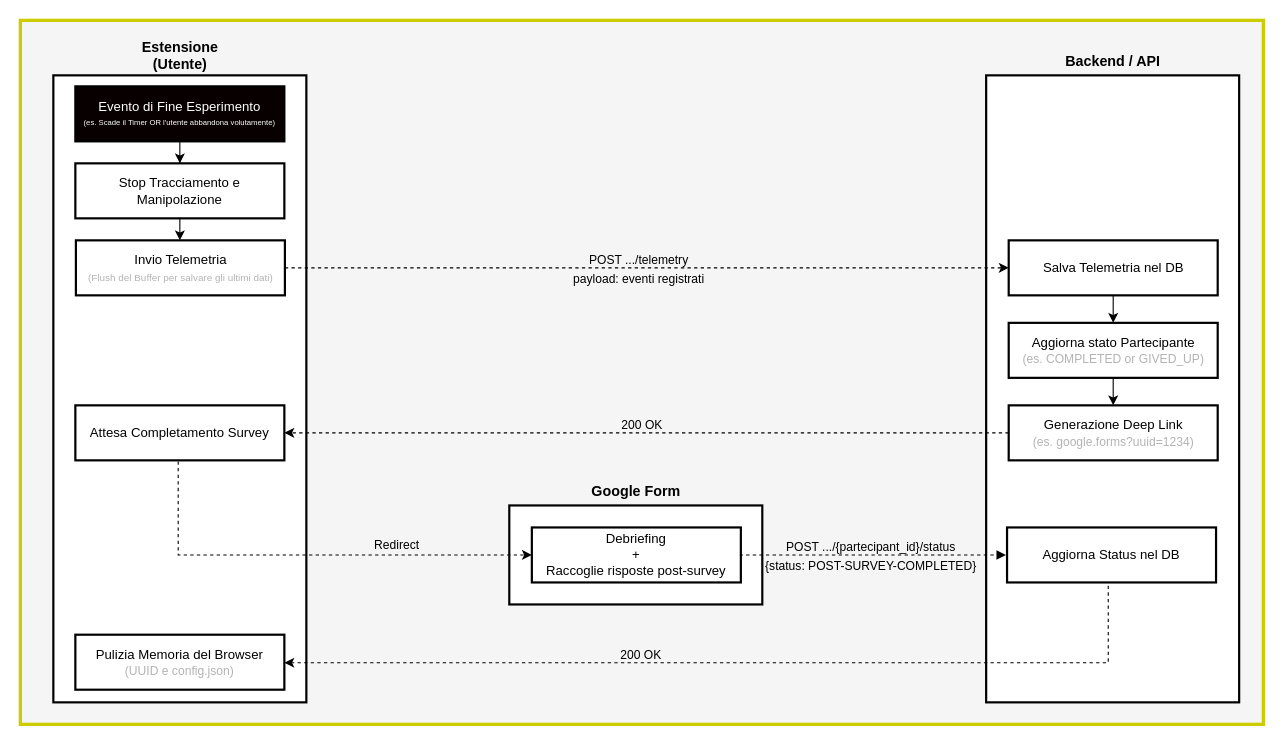
This is diagrams/deenrollment_flow.drawio from giamm025/iBEARer, a draw.io file, before an edit. Source tidied: cells renumbered, new cells numbered last; positions are measured from the earlier drawing's top-left corner, leaving out a move shared by most shapes. Both pictures are drawn from the tidied source at 110%, with x=0, y=0 at pixel (20, 20).
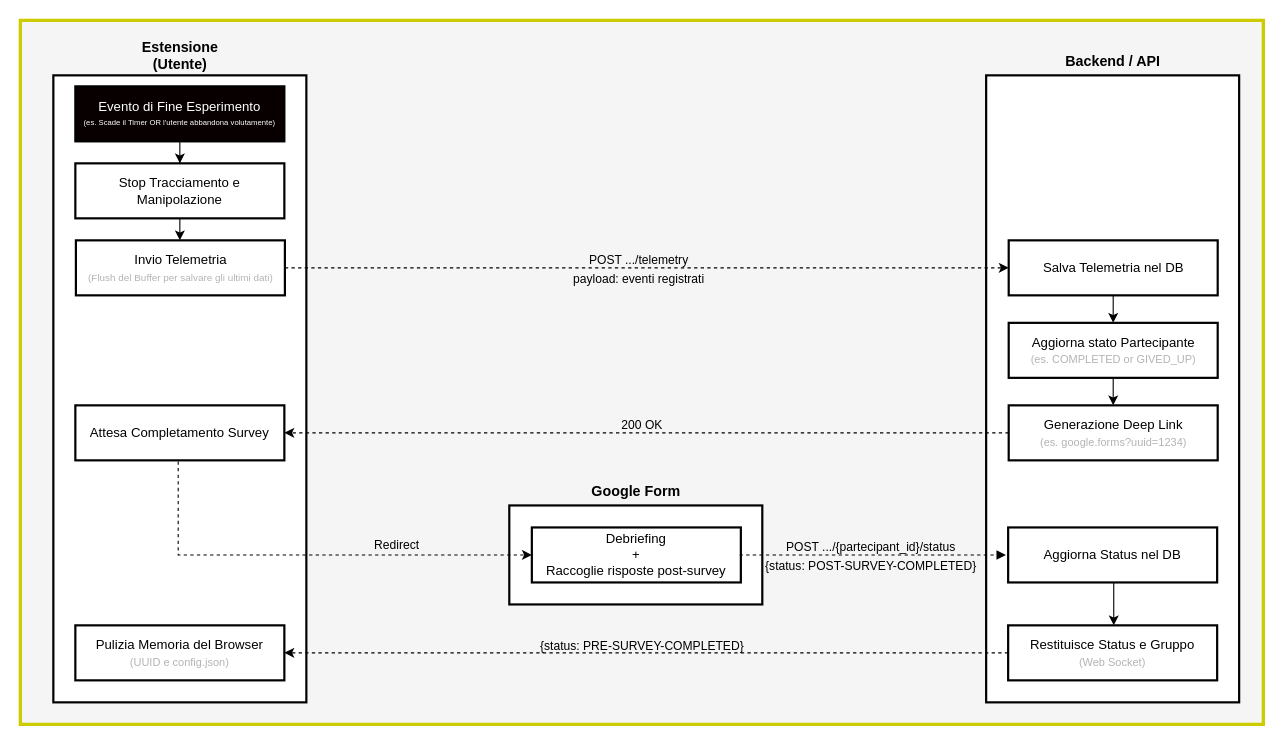
The same page after the edit.

Commit message (it also covers changes not shown here):
DIAG: Modificati enrollment e deenrollment per riflettere l'uso delle Web Sockets piuttosto che del Polling

What changed in the source:
```diff
@@
     <mxCell id="5" value="Aggiorna Status nel DB" style="whiteSpace=wrap;strokeWidth=2;rounded=0;" parent="1" vertex="1">
-      <mxGeometry x="897" y="461" width="190" height="50" as="geometry" />
+      <mxGeometry x="898" y="461" width="190" height="50" as="geometry" />
     </mxCell>
@@
-    <mxCell id="19" value="&lt;font style=&quot;&quot;&gt;Pulizia Memoria del Browser&lt;br&gt;&lt;/font&gt;&lt;font style=&quot;font-size: 11px; color: rgb(179, 179, 179);&quot;&gt;(UUID e config.json)&lt;/font&gt;" style="whiteSpace=wrap;strokeWidth=2;rounded=0;html=1;" parent="1" vertex="1">
-      <mxGeometry x="50" y="558.5" width="190" height="50" as="geometry" />
+    <mxCell id="19" value="&lt;font style=&quot;&quot;&gt;Pulizia Memoria del Browser&lt;br&gt;&lt;/font&gt;&lt;font style=&quot;color: rgb(179, 179, 179); font-size: 10px;&quot;&gt;(UUID e config.json)&lt;/font&gt;" style="whiteSpace=wrap;strokeWidth=2;rounded=0;html=1;" parent="1" vertex="1">
+      <mxGeometry x="50" y="550" width="190" height="50" as="geometry" />
     </mxCell>
@@
-    <mxCell id="22" style="edgeStyle=orthogonalEdgeStyle;rounded=0;jettySize=auto;html=1;exitX=0.5;exitY=1;exitDx=0;exitDy=0;dashed=1;" parent="1" edge="1" source="5" target="19">
-      <mxGeometry relative="1" as="geometry">
-        <Array as="points">
-          <mxPoint x="989" y="511" />
-          <mxPoint x="989" y="584" />
-        </Array>
-      </mxGeometry>
+    <mxCell id="22" style="edgeStyle=orthogonalEdgeStyle;rounded=0;jettySize=auto;html=1;exitX=0;exitY=0.5;exitDx=0;exitDy=0;dashed=1;" parent="1" edge="1" source="35" target="19">
+      <mxGeometry relative="1" as="geometry" />
     </mxCell>
-    <mxCell id="23" value="200 OK" style="edgeLabel;html=1;align=center;verticalAlign=middle;rounded=0;labelBackgroundColor=none;" parent="22" vertex="1">
-      <mxGeometry x="-0.31" y="2" relative="1" as="geometry">
-        <mxPoint x="-217" y="-10" as="offset" />
-      </mxGeometry>
-    </mxCell>
+    <mxCell id="33" value="&lt;div style=&quot;text-align: left;&quot;&gt;&lt;span&gt;{status: PRE-SURVEY-COMPLETED&lt;/span&gt;&lt;span style=&quot;color: light-dark(rgb(0, 0, 0), rgb(255, 255, 255));&quot;&gt;}&lt;/span&gt;&lt;/div&gt;" style="edgeLabel;html=1;align=center;verticalAlign=middle;labelBackgroundColor=none;" parent="22" vertex="1">
+      <mxGeometry x="0.02" y="-1" relative="1" as="geometry">
+        <mxPoint x="2" y="-6" as="offset" />
+      </mxGeometry>
+    </mxCell>
@@
-    <mxCell id="29" value="Aggiorna stato Partecipante&lt;br&gt;&lt;font style=&quot;font-size: 11px; color: rgb(179, 179, 179);&quot;&gt;(es. COMPLETED or GIVED_UP)&lt;/font&gt;" style="whiteSpace=wrap;strokeWidth=2;rounded=0;html=1;" parent="1" vertex="1">
+    <mxCell id="29" value="Aggiorna stato Partecipante&lt;br&gt;&lt;font style=&quot;color: rgb(179, 179, 179); font-size: 10px;&quot;&gt;(es. COMPLETED or GIVED_UP)&lt;/font&gt;" style="whiteSpace=wrap;strokeWidth=2;rounded=0;html=1;" parent="1" vertex="1">
       <mxGeometry x="898.5" y="275" width="190" height="50" as="geometry" />
     </mxCell>
@@
-    <mxCell id="32" value="Generazione Deep Link&lt;br&gt;&lt;font style=&quot;color: rgb(179, 179, 179); font-size: 11px;&quot;&gt;(es. google.forms?uuid=1234)&lt;/font&gt;" style="whiteSpace=wrap;strokeWidth=2;rounded=0;html=1;" parent="1" vertex="1">
+    <mxCell id="32" value="Generazione Deep Link&lt;br&gt;&lt;font style=&quot;color: rgb(179, 179, 179); font-size: 10px;&quot;&gt;(es. google.forms?uuid=1234)&lt;/font&gt;" style="whiteSpace=wrap;strokeWidth=2;rounded=0;html=1;" parent="1" vertex="1">
       <mxGeometry x="898.5" y="350" width="190" height="50" as="geometry" />
     </mxCell>
+    <mxCell id="34" style="edgeStyle=orthogonalEdgeStyle;rounded=0;jettySize=auto;html=1;exitX=0.5;exitY=1;exitDx=0;exitDy=0;" parent="1" edge="1" source="5" target="35">
+      <mxGeometry relative="1" as="geometry">
+        <Array as="points">
+          <mxPoint x="994" y="530" />
+          <mxPoint x="994" y="530" />
+        </Array>
+      </mxGeometry>
+    </mxCell>
+    <mxCell id="35" value="Restituisce Status e Gruppo&lt;br&gt;&lt;font style=&quot;font-size: 10px; color: rgb(179, 179, 179);&quot;&gt;(Web Socket)&lt;/font&gt;" style="whiteSpace=wrap;strokeWidth=2;html=1;" parent="1" vertex="1">
+      <mxGeometry x="898" y="550" width="190" height="50" as="geometry" />
+    </mxCell>
```
